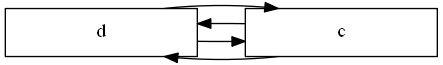
Earlier version of the Graphviz export scrabble/ReporteJugadores.png (ChrisUSAC/EDD_1S2020_PY1_201709272). Its source is kept beside it as scrabble/ReporteJugadores.dot.
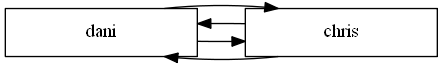
After the commit.

What changed in the source:
```diff
@@ -1,8 +1,8 @@
 digraph G{
 rankdir=LR
 node[ shape = box]
-0[label = "d" width=2.0 ];
-1[label = "c" width=2.0 ];
+0[label = "dani" width=2.0 ];
+1[label = "chris" width=2.0 ];
 0 -> 1[dir = back];
 0 -> 1
 0 -> 1[dir = back];
```
